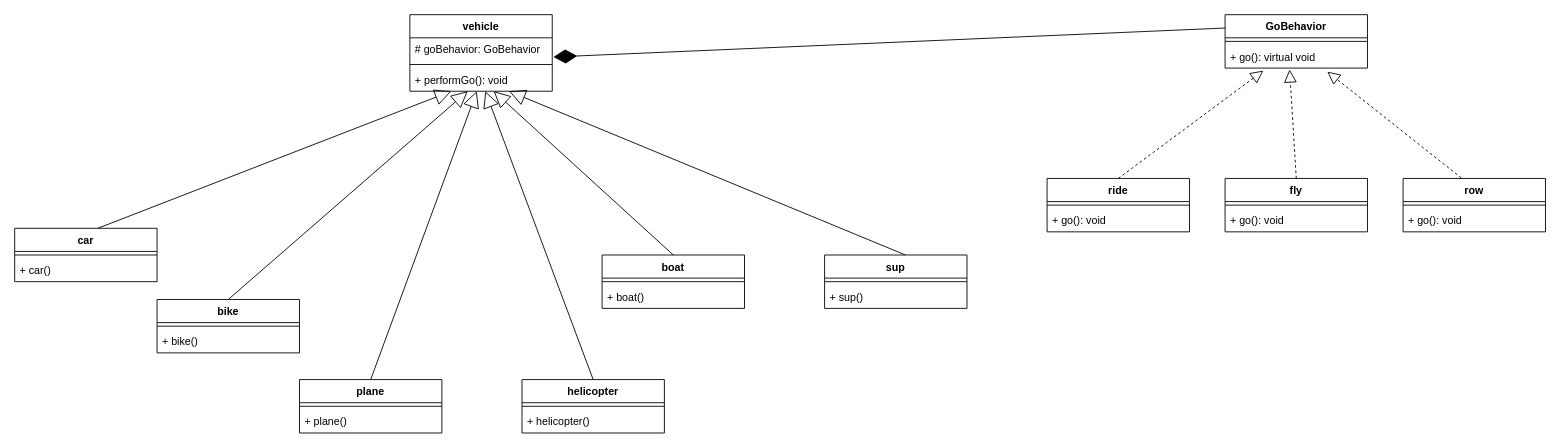
qminh3g/design-pattern keeps this draw.io diagram as strategy pattern/strategy_pattern_uml.drawio. Above is the earlier version. Source tidied: cells renumbered, new cells numbered last; positions are measured from the earlier drawing's top-left corner, leaving out a move shared by most shapes. Both pictures are drawn from the tidied source at 89%, with x=0, y=0 at pixel (14, 14).
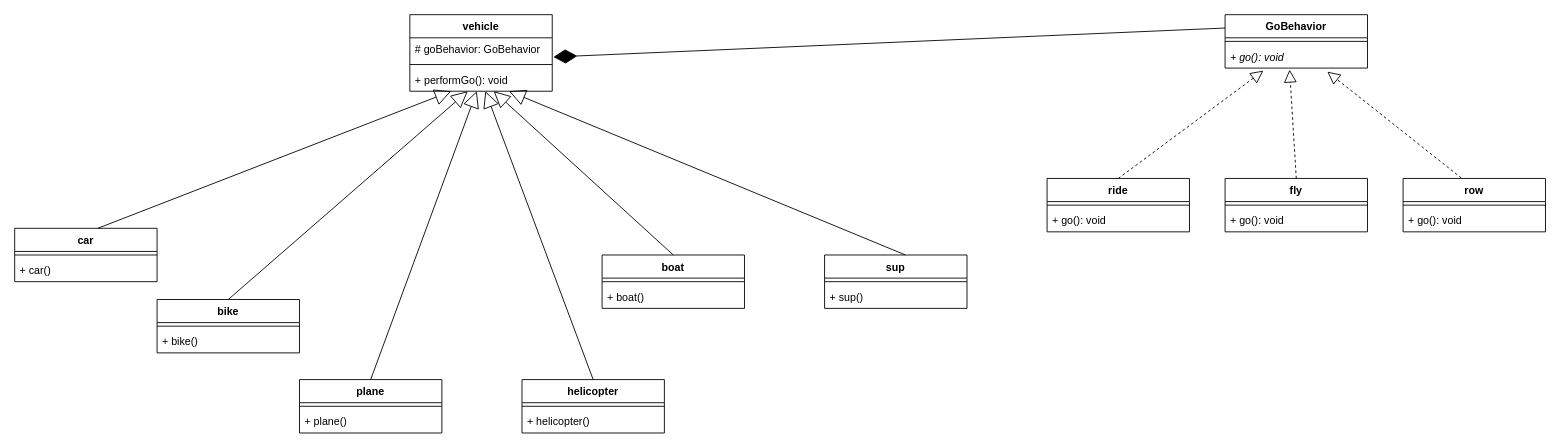
Above is the later version.

The change refers to these unchanged cells:
```xml
<mxCell id="30" value="GoBehavior" style="swimlane;fontStyle=1;align=center;verticalAlign=top;horizontal=1;startSize=26;" parent="1" vertex="1">
  <mxGeometry x="1360" width="160" height="60" as="geometry" />
</mxCell>
```

Diff of the diagram source:
```diff
@@
-    <mxCell id="32" value="+ go(): virtual void" style="text;strokeColor=none;fillColor=none;align=left;verticalAlign=top;spacingLeft=4;spacingRight=4;overflow=hidden;points=[[0,0.5],[1,0.5]];portConstraint=eastwest;" parent="30" vertex="1">
+    <mxCell id="32" value="+ go(): void" style="text;strokeColor=none;fillColor=none;align=left;verticalAlign=top;spacingLeft=4;spacingRight=4;overflow=hidden;points=[[0,0.5],[1,0.5]];portConstraint=eastwest;fontStyle=2;" parent="30" vertex="1">
       <mxGeometry y="34" width="160" height="26" as="geometry" />
     </mxCell>
```
